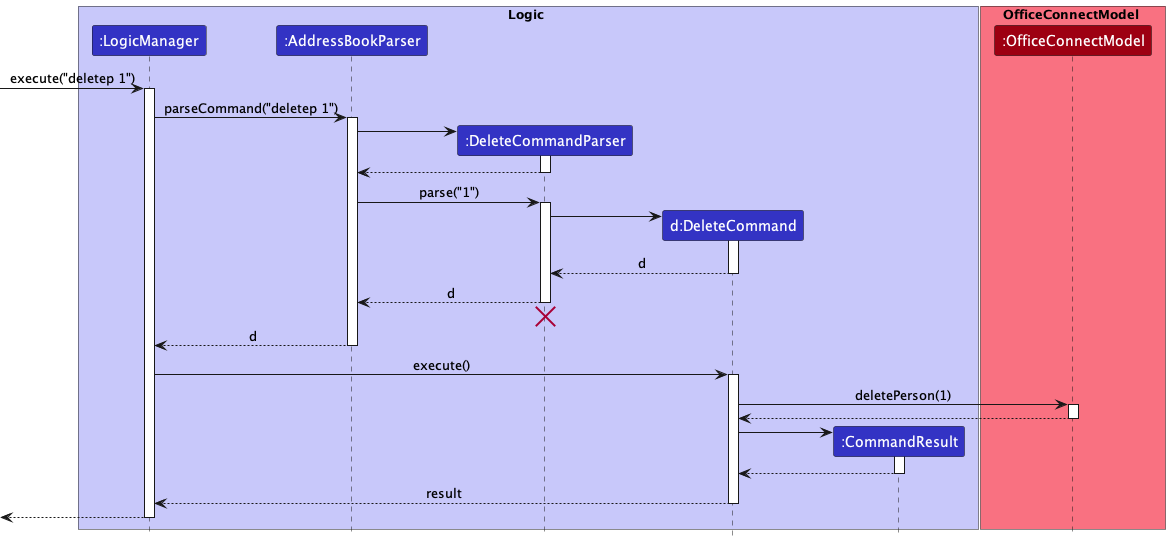
Above: docs/images/DeleteSequenceDiagram.png in nus-cs2103-AY2223S2/tp (PlantUML), before the change.
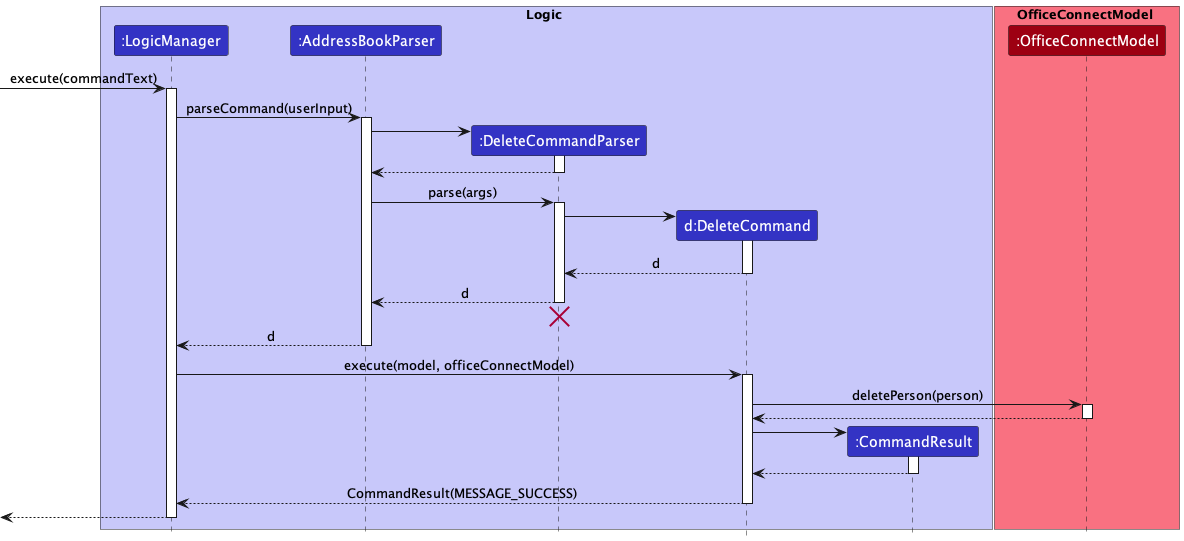
The same diagram one commit later.

What changed in the source:
```diff
@@ -13,10 +13,10 @@
 participant ":OfficeConnectModel" as Model MODEL_COLOR
 end box
 
-[-> LogicManager : execute("deletep 1")
+[-> LogicManager : execute(commandText)
 activate LogicManager
 
-LogicManager -> AddressBookParser : parseCommand("deletep 1")
+LogicManager -> AddressBookParser : parseCommand(userInput)
 activate AddressBookParser
 
 create DeleteCommandParser
@@ -26,7 +26,7 @@
 DeleteCommandParser --> AddressBookParser
 deactivate DeleteCommandParser
 
-AddressBookParser -> DeleteCommandParser : parse("1")
+AddressBookParser -> DeleteCommandParser : parse(args)
 activate DeleteCommandParser
 
 create DeleteCommand
@@ -44,10 +44,10 @@
 AddressBookParser --> LogicManager : d
 deactivate AddressBookParser
 
-LogicManager -> DeleteCommand : execute()
+LogicManager -> DeleteCommand : execute(model, officeConnectModel)
 activate DeleteCommand
 
-DeleteCommand -> Model : deletePerson(1)
+DeleteCommand -> Model : deletePerson(person)
 activate Model
 
 Model --> DeleteCommand
@@ -60,7 +60,7 @@
 CommandResult --> DeleteCommand
 deactivate CommandResult
 
-DeleteCommand --> LogicManager : result
+DeleteCommand --> LogicManager : CommandResult(MESSAGE_SUCCESS)
 deactivate DeleteCommand
 
 [<--LogicManager
```
